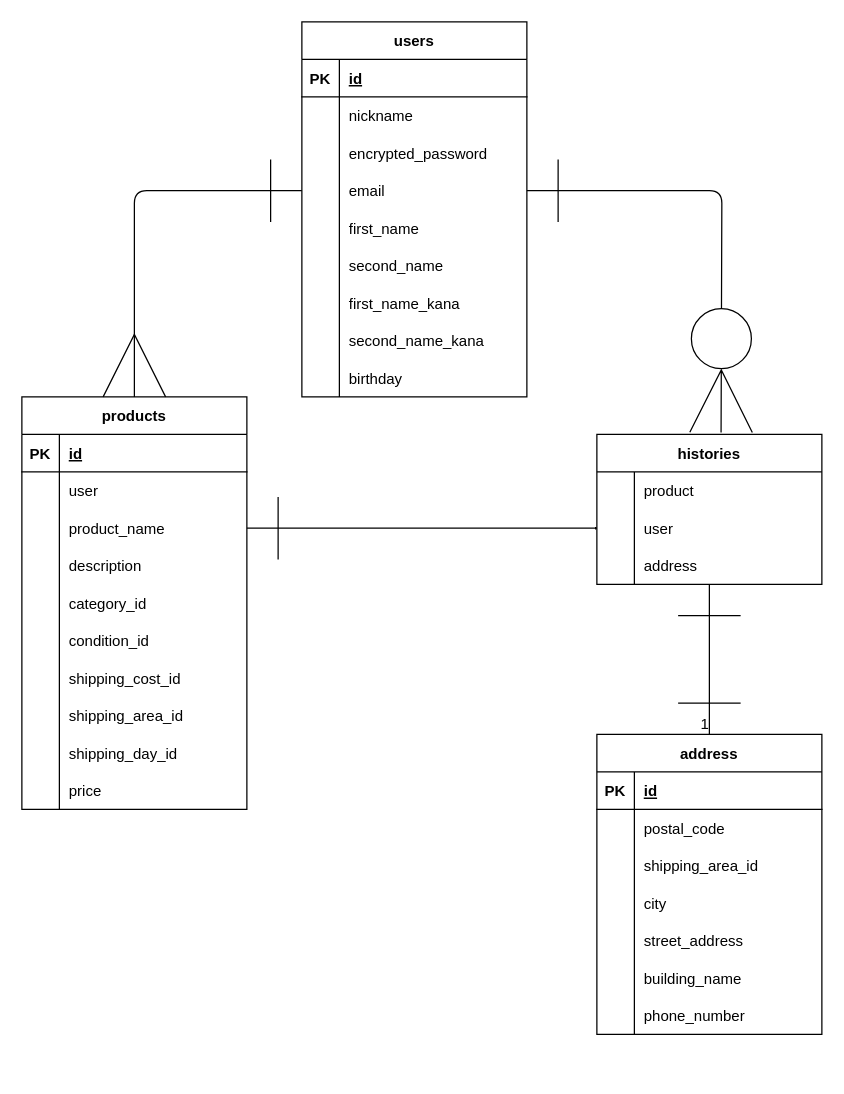
Earlier version of the draw.io diagram test.dio (shimozumakento/furima-laiblitz-a). Source tidied: cells renumbered, new cells numbered last; positions are measured from the earlier drawing's top-left corner, leaving out a move shared by most shapes. Both pictures are drawn from the tidied source at 125%, with x=0, y=0 at pixel (21, 21).
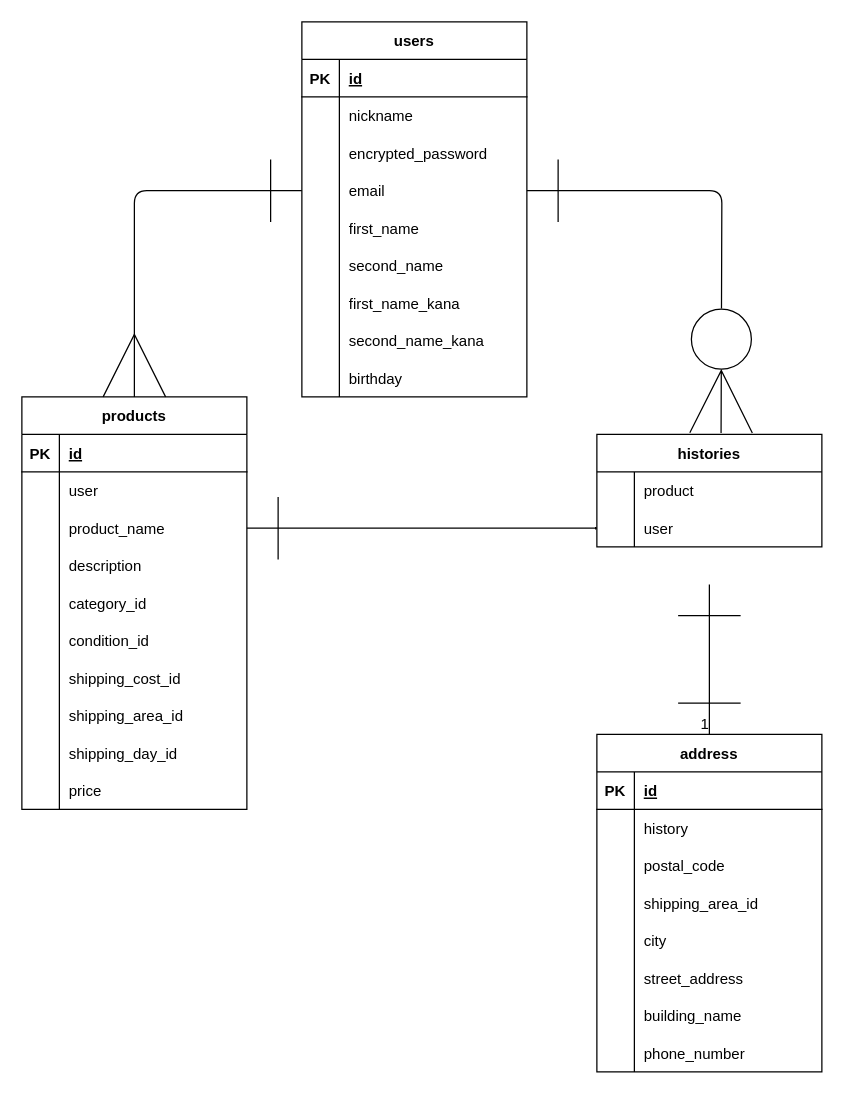
The same page after the edit.

Commit message (it also covers changes not shown here):
データベース設計　修正④

Diff of the diagram source:
```diff
@@
     <mxCell id="61" value="histories" style="shape=table;startSize=30;childLayout=tableLayout;rowLines=0;fontStyle=1;align=center;" parent="1" vertex="1">
-      <mxGeometry x="460" y="330" width="180" height="120" as="geometry" />
+      <mxGeometry x="460" y="330" width="180" height="90" as="geometry" />
     </mxCell>
@@
-    <mxCell id="68" style="shape=tableRow;horizontal=0;startSize=0;swimlaneHead=0;swimlaneBody=0;fillColor=none;top=0;left=0;right=0;bottom=0;" parent="61" vertex="1">
-      <mxGeometry y="90" width="180" height="30" as="geometry" />
-    </mxCell>
-    <mxCell id="69" style="shape=partialRectangle;fillColor=none;top=0;left=0;bottom=0;right=0;overflow=hidden;" parent="68" vertex="1">
-      <mxGeometry width="30" height="30" as="geometry" />
-    </mxCell>
-    <mxCell id="70" value="address" style="shape=partialRectangle;fillColor=none;top=0;left=0;bottom=0;right=0;align=left;spacingLeft=6;overflow=hidden;" parent="68" vertex="1">
-      <mxGeometry x="30" width="150" height="30" as="geometry" />
-    </mxCell>
@@
     <mxCell id="74" value="address" style="shape=table;startSize=30;childLayout=tableLayout;rowLines=0;fontStyle=1;align=center;" parent="1" vertex="1">
-      <mxGeometry x="460" y="570" width="180" height="240" as="geometry" />
+      <mxGeometry x="460" y="570" width="180" height="270" as="geometry" />
     </mxCell>
@@
+    <mxCell id="98" style="shape=tableRow;horizontal=0;startSize=0;swimlaneHead=0;swimlaneBody=0;fillColor=none;top=0;left=0;right=0;bottom=0;" parent="74" vertex="1">
+      <mxGeometry y="60" width="180" height="30" as="geometry" />
+    </mxCell>
+    <mxCell id="69" style="shape=partialRectangle;fillColor=none;top=0;left=0;bottom=0;right=0;overflow=hidden;" parent="98" vertex="1">
+      <mxGeometry width="30" height="30" as="geometry" />
+    </mxCell>
+    <mxCell id="99" value="history" style="shape=partialRectangle;fillColor=none;top=0;left=0;bottom=0;right=0;align=left;spacingLeft=6;overflow=hidden;" parent="98" vertex="1">
+      <mxGeometry x="30" width="150" height="30" as="geometry" />
+    </mxCell>
     <mxCell id="78" style="shape=tableRow;horizontal=0;startSize=0;swimlaneHead=0;swimlaneBody=0;fillColor=none;top=0;left=0;right=0;bottom=0;" parent="74" vertex="1">
-      <mxGeometry y="60" width="180" height="30" as="geometry" />
+      <mxGeometry y="90" width="180" height="30" as="geometry" />
     </mxCell>
@@
     <mxCell id="81" style="shape=tableRow;horizontal=0;startSize=0;swimlaneHead=0;swimlaneBody=0;fillColor=none;top=0;left=0;right=0;bottom=0;" parent="74" vertex="1">
-      <mxGeometry y="90" width="180" height="30" as="geometry" />
+      <mxGeometry y="120" width="180" height="30" as="geometry" />
     </mxCell>
@@
     <mxCell id="84" style="shape=tableRow;horizontal=0;startSize=0;swimlaneHead=0;swimlaneBody=0;fillColor=none;top=0;left=0;right=0;bottom=0;" parent="74" vertex="1">
-      <mxGeometry y="120" width="180" height="30" as="geometry" />
+      <mxGeometry y="150" width="180" height="30" as="geometry" />
     </mxCell>
@@
     <mxCell id="87" style="shape=tableRow;horizontal=0;startSize=0;swimlaneHead=0;swimlaneBody=0;fillColor=none;top=0;left=0;right=0;bottom=0;" parent="74" vertex="1">
-      <mxGeometry y="150" width="180" height="30" as="geometry" />
+      <mxGeometry y="180" width="180" height="30" as="geometry" />
     </mxCell>
@@
     <mxCell id="90" style="shape=tableRow;horizontal=0;startSize=0;swimlaneHead=0;swimlaneBody=0;fillColor=none;top=0;left=0;right=0;bottom=0;" parent="74" vertex="1">
-      <mxGeometry y="180" width="180" height="30" as="geometry" />
+      <mxGeometry y="210" width="180" height="30" as="geometry" />
     </mxCell>
@@
     <mxCell id="93" style="shape=tableRow;horizontal=0;startSize=0;swimlaneHead=0;swimlaneBody=0;fillColor=none;top=0;left=0;right=0;bottom=0;" parent="74" vertex="1">
-      <mxGeometry y="210" width="180" height="30" as="geometry" />
+      <mxGeometry y="240" width="180" height="30" as="geometry" />
     </mxCell>
```
